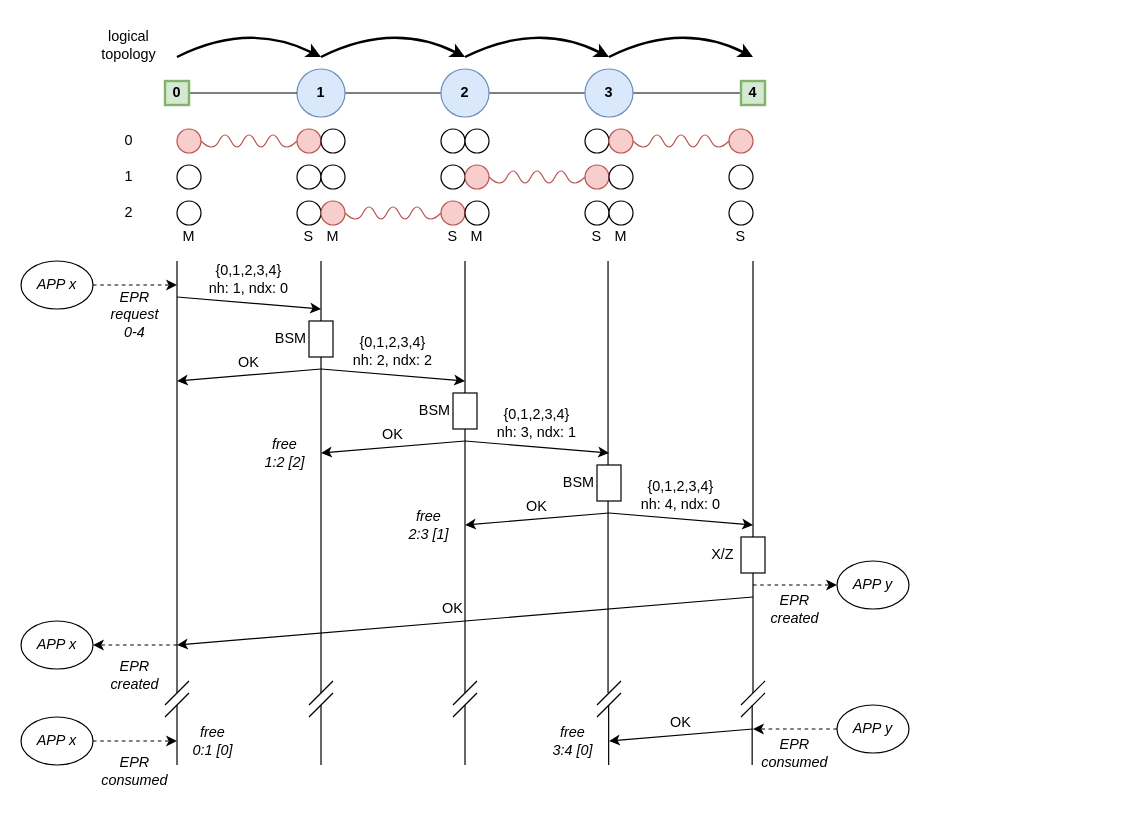
This is page "es_multi_hop" (3 of 5) of docs/diagrams.drawio from ccicconetti/qnet_sim, a draw.io file, before an edit. Source tidied: cells renumbered, new cells numbered last; positions are measured from the earlier drawing's top-left corner, leaving out a move shared by most shapes. Both pictures are drawn from the tidied source at 120%, with x=0, y=0 at pixel (20, 20).
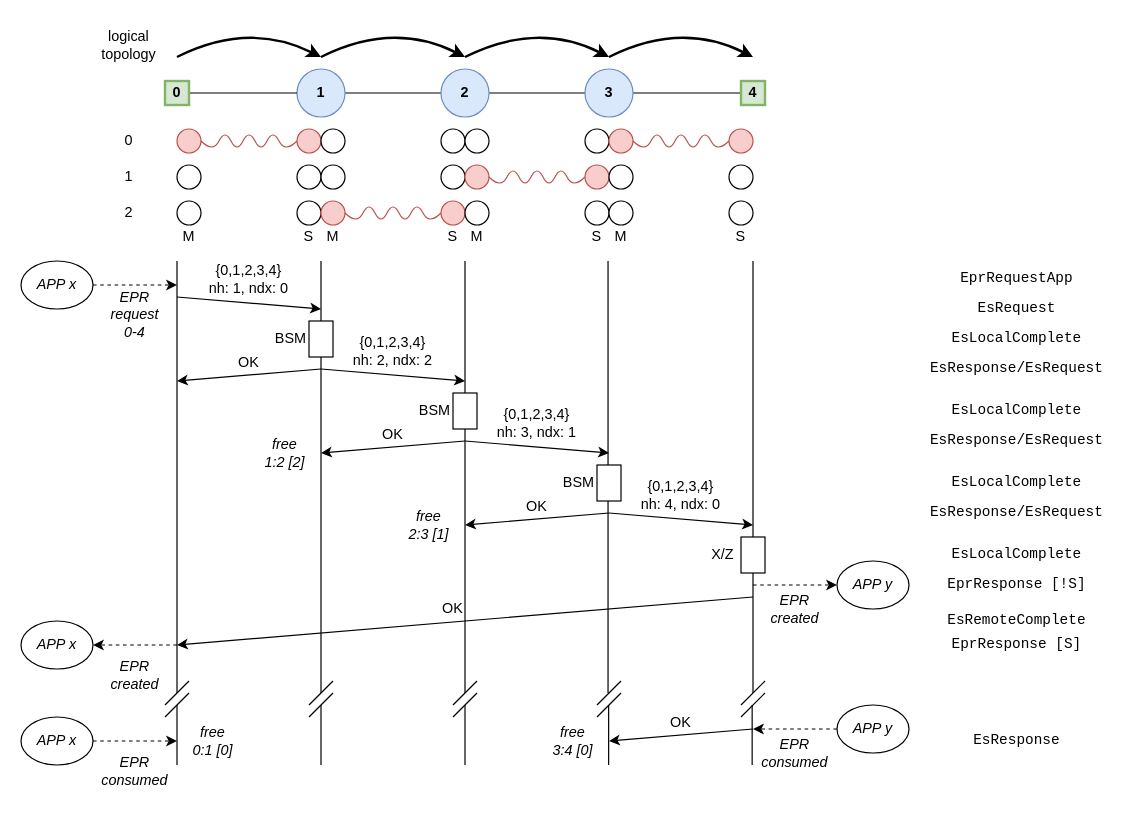
Above is the later version.

The edit, as a diff of the source:
```diff
@@
+    <mxCell id="120" value="EsRequest" style="text;html=1;strokeColor=none;fillColor=none;align=center;verticalAlign=middle;whiteSpace=wrap;rounded=0;fontFamily=Courier New;" parent="1" vertex="1">
+      <mxGeometry x="750" y="230" width="160" height="20" as="geometry" />
+    </mxCell>
+    <mxCell id="121" value="EsResponse/EsRequest" style="text;html=1;strokeColor=none;fillColor=none;align=center;verticalAlign=middle;whiteSpace=wrap;rounded=0;fontFamily=Courier New;" parent="1" vertex="1">
+      <mxGeometry x="750" y="280" width="160" height="20" as="geometry" />
+    </mxCell>
+    <mxCell id="122" value="EprRequestApp" style="text;html=1;strokeColor=none;fillColor=none;align=center;verticalAlign=middle;whiteSpace=wrap;rounded=0;fontFamily=Courier New;" parent="1" vertex="1">
+      <mxGeometry x="750" y="200" width="160" height="30" as="geometry" />
+    </mxCell>
+    <mxCell id="123" value="EsLocalComplete" style="text;html=1;strokeColor=none;fillColor=none;align=center;verticalAlign=middle;whiteSpace=wrap;rounded=0;fontFamily=Courier New;" parent="1" vertex="1">
+      <mxGeometry x="750" y="250" width="160" height="30" as="geometry" />
+    </mxCell>
+    <mxCell id="124" value="EsResponse/EsRequest" style="text;html=1;strokeColor=none;fillColor=none;align=center;verticalAlign=middle;whiteSpace=wrap;rounded=0;fontFamily=Courier New;" parent="1" vertex="1">
+      <mxGeometry x="750" y="340" width="160" height="20" as="geometry" />
+    </mxCell>
+    <mxCell id="125" value="EsLocalComplete" style="text;html=1;strokeColor=none;fillColor=none;align=center;verticalAlign=middle;whiteSpace=wrap;rounded=0;fontFamily=Courier New;" parent="1" vertex="1">
+      <mxGeometry x="750" y="310" width="160" height="30" as="geometry" />
+    </mxCell>
+    <mxCell id="126" value="EsResponse/EsRequest" style="text;html=1;strokeColor=none;fillColor=none;align=center;verticalAlign=middle;whiteSpace=wrap;rounded=0;fontFamily=Courier New;" parent="1" vertex="1">
+      <mxGeometry x="750" y="400" width="160" height="20" as="geometry" />
+    </mxCell>
+    <mxCell id="127" value="EsLocalComplete" style="text;html=1;strokeColor=none;fillColor=none;align=center;verticalAlign=middle;whiteSpace=wrap;rounded=0;fontFamily=Courier New;" parent="1" vertex="1">
+      <mxGeometry x="750" y="370" width="160" height="30" as="geometry" />
+    </mxCell>
+    <mxCell id="128" value="EsLocalComplete" style="text;html=1;strokeColor=none;fillColor=none;align=center;verticalAlign=middle;whiteSpace=wrap;rounded=0;fontFamily=Courier New;" parent="1" vertex="1">
+      <mxGeometry x="750" y="430" width="160" height="30" as="geometry" />
+    </mxCell>
+    <mxCell id="129" value="EprResponse [!S]" style="text;html=1;strokeColor=none;fillColor=none;align=center;verticalAlign=middle;whiteSpace=wrap;rounded=0;fontFamily=Courier New;" parent="1" vertex="1">
+      <mxGeometry x="750" y="460" width="160" height="20" as="geometry" />
+    </mxCell>
+    <mxCell id="130" value="EsRemoteComplete" style="text;html=1;strokeColor=none;fillColor=none;align=center;verticalAlign=middle;whiteSpace=wrap;rounded=0;fontFamily=Courier New;" parent="1" vertex="1">
+      <mxGeometry x="750" y="480" width="160" height="40" as="geometry" />
+    </mxCell>
+    <mxCell id="131" value="EprResponse [S]" style="text;html=1;strokeColor=none;fillColor=none;align=center;verticalAlign=middle;whiteSpace=wrap;rounded=0;fontFamily=Courier New;" parent="1" vertex="1">
+      <mxGeometry x="750" y="510" width="160" height="20" as="geometry" />
+    </mxCell>
+    <mxCell id="132" value="EsResponse" style="text;html=1;strokeColor=none;fillColor=none;align=center;verticalAlign=middle;whiteSpace=wrap;rounded=0;fontFamily=Courier New;" parent="1" vertex="1">
+      <mxGeometry x="750" y="590" width="160" height="20" as="geometry" />
+    </mxCell>
```
